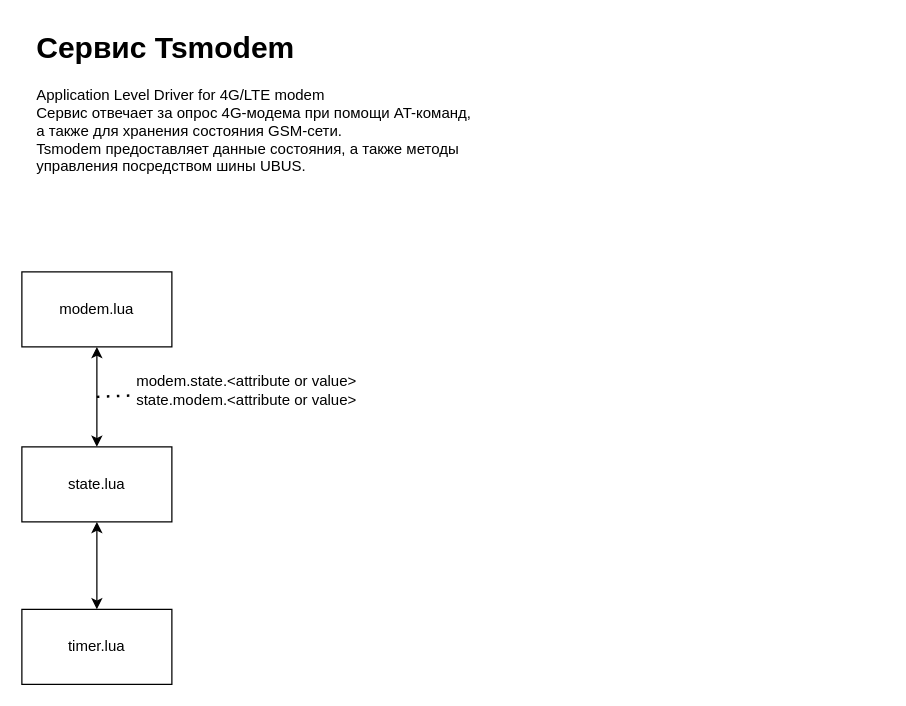
Before: Диаграмма без названия.drawio in antoncom/tsmodem, a draw.io diagram. Source tidied: cells renumbered, new cells numbered last; positions are measured from the earlier drawing's top-left corner, leaving out a move shared by most shapes. Both pictures are drawn from the tidied source at 125%, with x=0, y=0 at pixel (21, 21).
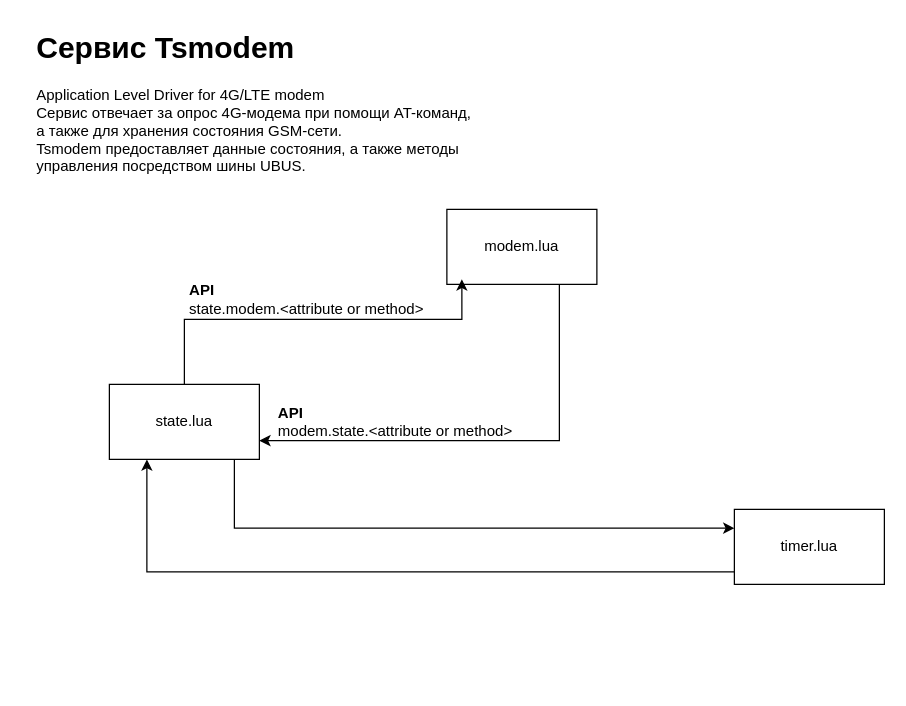
Above is the later version.

Change to the diagram source:
```diff
@@
 <mxGraphModel>
   <root>
     <mxCell id="0" />
     <mxCell id="1" parent="0" />
+    <mxCell id="10" style="edgeStyle=orthogonalEdgeStyle;rounded=0;jettySize=auto;html=1;entryX=1;entryY=0.75;entryDx=0;entryDy=0;exitX=0.75;exitY=1;exitDx=0;exitDy=0;" parent="1" edge="1" source="2" target="3">
+      <mxGeometry relative="1" as="geometry" />
+    </mxCell>
     <mxCell id="2" value="modem.lua" style="rounded=0;whiteSpace=wrap;html=1;" parent="1" vertex="1">
-      <mxGeometry y="200" width="120" height="60" as="geometry" />
+      <mxGeometry x="340" y="150" width="120" height="60" as="geometry" />
     </mxCell>
+    <mxCell id="11" style="edgeStyle=orthogonalEdgeStyle;rounded=0;jettySize=auto;html=1;entryX=0;entryY=0.25;entryDx=0;entryDy=0;" parent="1" edge="1" source="3" target="5">
+      <mxGeometry relative="1" as="geometry">
+        <Array as="points">
+          <mxPoint x="170" y="405" />
+        </Array>
+      </mxGeometry>
+    </mxCell>
     <mxCell id="3" value="state.lua" style="rounded=0;whiteSpace=wrap;html=1;" parent="1" vertex="1">
-      <mxGeometry y="340" width="120" height="60" as="geometry" />
+      <mxGeometry x="70" y="290" width="120" height="60" as="geometry" />
     </mxCell>
+    <mxCell id="6" style="edgeStyle=orthogonalEdgeStyle;rounded=0;jettySize=auto;html=1;entryX=0.25;entryY=1;entryDx=0;entryDy=0;" parent="1" edge="1" source="5" target="3">
+      <mxGeometry relative="1" as="geometry">
+        <Array as="points">
+          <mxPoint x="100" y="440" />
+        </Array>
+      </mxGeometry>
+    </mxCell>
+    <mxCell id="5" value="timer.lua" style="rounded=0;whiteSpace=wrap;html=1;" parent="1" vertex="1">
+      <mxGeometry x="570" y="390" width="120" height="60" as="geometry" />
+    </mxCell>
+    <mxCell id="7" value="&lt;div style=&quot;text-align: left;&quot;&gt;&lt;b style=&quot;background-color: transparent;&quot;&gt;API&lt;/b&gt;&lt;/div&gt;&lt;div style=&quot;text-align: left;&quot;&gt;&lt;span style=&quot;background-color: transparent;&quot;&gt;state.modem.&amp;lt;attribute or method&amp;gt;&lt;/span&gt;&lt;br&gt;&lt;/div&gt;" style="text;html=1;align=center;verticalAlign=middle;whiteSpace=wrap;rounded=0;" parent="1" vertex="1">
+      <mxGeometry x="133" y="207" width="190" height="30" as="geometry" />
+    </mxCell>
+    <mxCell id="9" value="&lt;h1 style=&quot;margin-top: 0px;&quot;&gt;Сервис Tsmodem&lt;/h1&gt;&lt;p&gt;Application Level Driver for 4G/LTE modem&lt;br&gt;Сервис отвечает за опрос 4G-модема при помощи AT-команд,&lt;br&gt;а также для хранения состояния GSM-сети.&lt;br&gt;Tsmodem предоставляет данные состояния, а также методы управления посредством шины UBUS.&lt;/p&gt;" style="text;html=1;whiteSpace=wrap;overflow=hidden;rounded=0;" parent="1" vertex="1">
+      <mxGeometry x="10" width="380" height="120" as="geometry" />
+    </mxCell>
-    <mxCell id="4" style="endArrow=classic;startArrow=classic;html=1;rounded=0;entryX=0.5;entryY=1;entryDx=0;entryDy=0;" parent="1" edge="1" source="3" target="2">
-      <mxGeometry relative="1" as="geometry" />
+    <mxCell id="4" style="edgeStyle=orthogonalEdgeStyle;rounded=0;jettySize=auto;html=1;exitX=0.5;exitY=0;exitDx=0;exitDy=0;entryX=0.1;entryY=0.933;entryDx=0;entryDy=0;entryPerimeter=0;" parent="1" edge="1" source="3" target="2">
+      <mxGeometry relative="1" as="geometry">
+        <Array as="points">
+          <mxPoint x="130" y="265" />
+          <mxPoint x="130" y="238" />
+          <mxPoint x="352" y="238" />
+        </Array>
+      </mxGeometry>
     </mxCell>
-    <mxCell id="5" value="timer.lua" style="rounded=0;whiteSpace=wrap;html=1;" parent="1" vertex="1">
-      <mxGeometry y="470" width="120" height="60" as="geometry" />
-    </mxCell>
-    <mxCell id="6" style="endArrow=classic;startArrow=classic;html=1;rounded=0;entryX=0.5;entryY=1;entryDx=0;entryDy=0;" parent="1" edge="1" source="5" target="3">
-      <mxGeometry relative="1" as="geometry" />
-    </mxCell>
-    <mxCell id="7" value="modem.state.&amp;lt;attribute or value&amp;gt;&lt;div&gt;state.modem.&amp;lt;attribute or value&amp;gt;&lt;br&gt;&lt;/div&gt;" style="text;html=1;align=center;verticalAlign=middle;whiteSpace=wrap;rounded=0;" parent="1" vertex="1">
-      <mxGeometry x="90" y="280" width="180" height="30" as="geometry" />
-    </mxCell>
-    <mxCell id="8" style="endArrow=none;dashed=1;html=1;dashPattern=1 3;strokeWidth=2;rounded=0;" parent="1" edge="1" target="7">
-      <mxGeometry relative="1" as="geometry">
-        <mxPoint x="60" y="300" as="sourcePoint" />
-      </mxGeometry>
-    </mxCell>
-    <mxCell id="9" value="&lt;h1 style=&quot;margin-top: 0px;&quot;&gt;Сервис Tsmodem&lt;/h1&gt;&lt;p&gt;Application Level Driver for 4G/LTE modem&lt;br&gt;Сервис отвечает за опрос 4G-модема при помощи AT-команд,&lt;br&gt;а также для хранения состояния GSM-сети.&lt;br&gt;Tsmodem предоставляет данные состояния, а также методы управления посредством шины UBUS.&lt;/p&gt;" style="text;html=1;whiteSpace=wrap;overflow=hidden;rounded=0;" parent="1" vertex="1">
-      <mxGeometry x="10" width="380" height="120" as="geometry" />
-    </mxCell>
+    <mxCell id="12" value="&lt;div style=&quot;text-align: left;&quot;&gt;&lt;b style=&quot;background-color: transparent;&quot;&gt;API&lt;/b&gt;&lt;/div&gt;&lt;div style=&quot;text-align: left;&quot;&gt;&lt;span style=&quot;background-color: transparent;&quot;&gt;modem.state.&amp;lt;attribute or method&amp;gt;&lt;/span&gt;&lt;br&gt;&lt;/div&gt;" style="text;html=1;align=center;verticalAlign=middle;whiteSpace=wrap;rounded=0;" parent="1" vertex="1">
+      <mxGeometry x="204" y="305" width="190" height="30" as="geometry" />
+    </mxCell>
   </root>
 </mxGraphModel>
```
